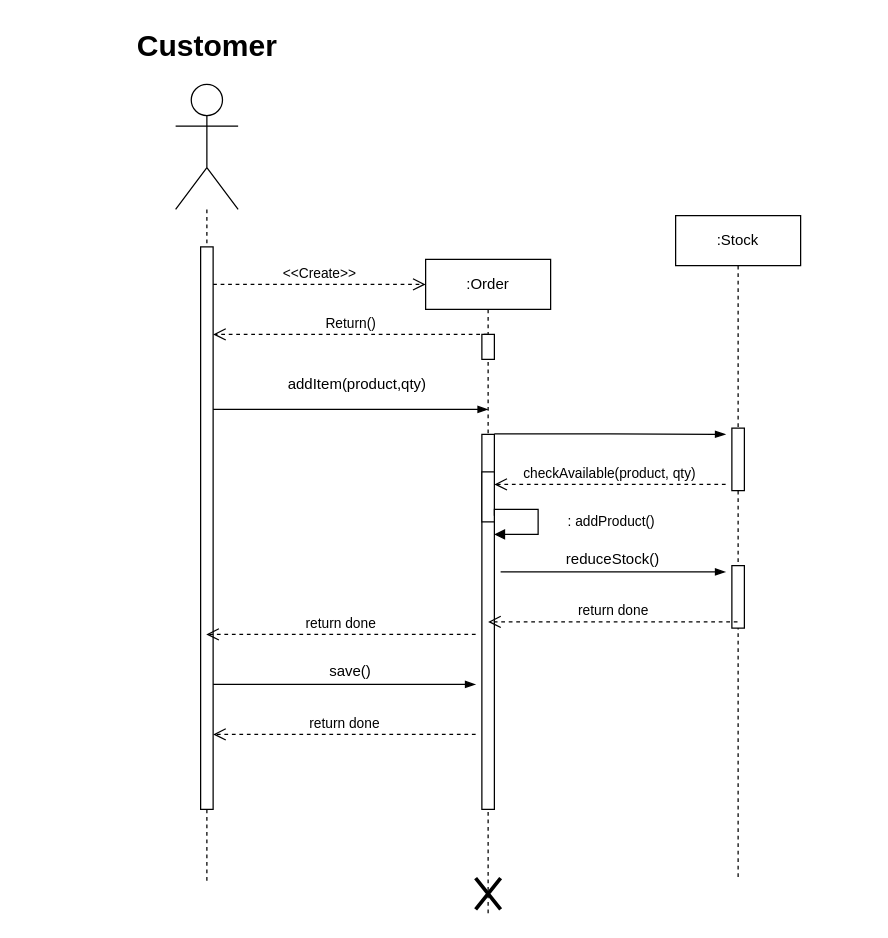
Before: Untitled Diagram.drawio in ahmedlshennawy/optional, a draw.io diagram. Source tidied: cells renumbered, new cells numbered last; positions are measured from the earlier drawing's top-left corner, leaving out a move shared by most shapes. Both pictures are drawn from the tidied source at 125%, with x=0, y=0 at pixel (144, 21).
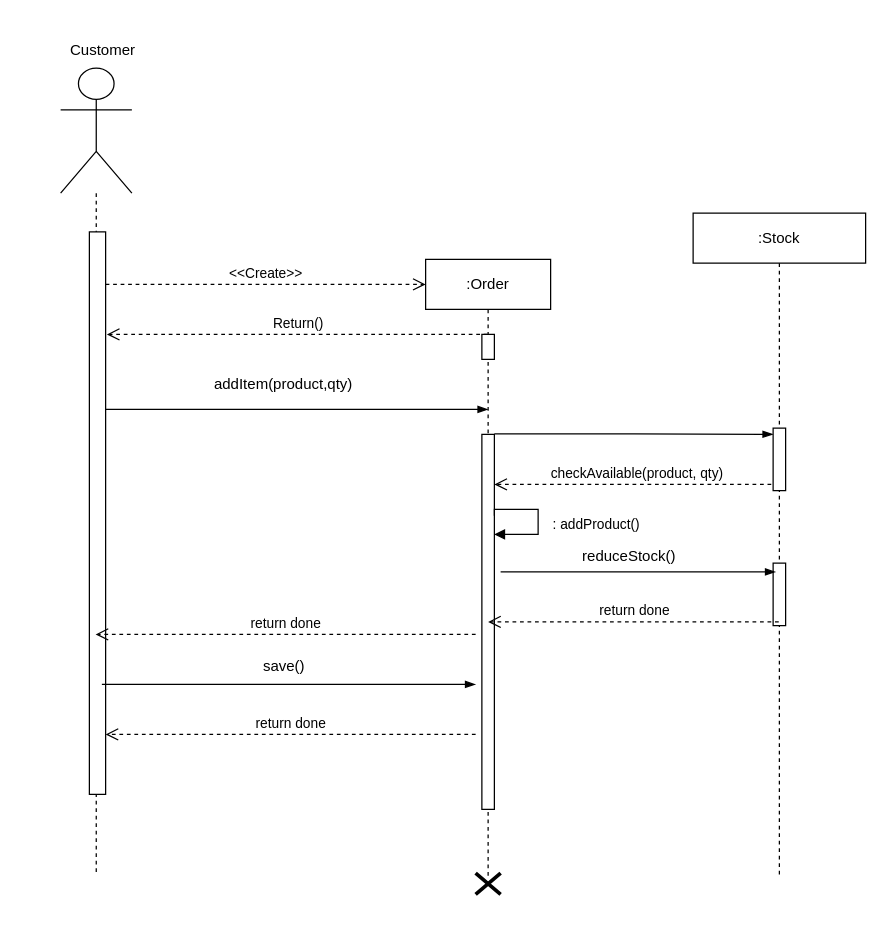
Above is the later version.

Change to the diagram source:
```diff
@@
-    <mxCell id="2" style="shape=umlLifeline;perimeter=lifelinePerimeter;whiteSpace=wrap;html=1;outlineConnect=0;portConstraint=eastwest;newEdgeStyle={&quot;curved&quot;:0,&quot;rounded&quot;:0};participant=umlActor;size=100;" parent="1" vertex="1">
-      <mxGeometry x="25" y="50" width="50" height="640" as="geometry" />
+    <mxCell id="2" style="shape=umlLifeline;perimeter=lifelinePerimeter;whiteSpace=wrap;html=1;outlineConnect=0;portConstraint=eastwest;newEdgeStyle={&quot;curved&quot;:0,&quot;rounded&quot;:0};participant=umlActor;size=100;labelBackgroundColor=none;" parent="1" vertex="1">
+      <mxGeometry x="-67" y="37" width="57" height="646" as="geometry" />
     </mxCell>
-    <mxCell id="3" style="html=1;points=[[0,0,0,0,5],[0,1,0,0,-5],[1,0,0,0,5],[1,1,0,0,-5]];perimeter=orthogonalPerimeter;outlineConnect=0;targetShapes=umlLifeline;portConstraint=eastwest;newEdgeStyle={&quot;curved&quot;:0,&quot;rounded&quot;:0};" parent="2" vertex="1">
-      <mxGeometry x="20" y="130" width="10" height="450" as="geometry" />
+    <mxCell id="3" style="html=1;points=[[0,0,0,0,5],[0,1,0,0,-5],[1,0,0,0,5],[1,1,0,0,-5]];perimeter=orthogonalPerimeter;outlineConnect=0;targetShapes=umlLifeline;portConstraint=eastwest;newEdgeStyle={&quot;curved&quot;:0,&quot;rounded&quot;:0};labelBackgroundColor=none;" parent="2" vertex="1">
+      <mxGeometry x="23" y="131" width="13" height="450" as="geometry" />
     </mxCell>
-    <mxCell id="4" value="&amp;lt;&amp;lt;Create&amp;gt;&amp;gt;" style="html=1;verticalAlign=bottom;endArrow=open;dashed=1;endSize=8;curved=0;rounded=0;" parent="1" edge="1" source="3">
+    <mxCell id="4" value="&amp;lt;&amp;lt;Create&amp;gt;&amp;gt;" style="html=1;verticalAlign=bottom;endArrow=open;dashed=1;endSize=8;curved=0;rounded=0;labelBackgroundColor=none;fontColor=default;" parent="1" edge="1" source="3">
       <mxGeometry relative="1" as="geometry">
         <mxPoint x="225" y="210" as="targetPoint" />
       </mxGeometry>
     </mxCell>
-    <mxCell id="5" value=":Order" style="shape=umlLifeline;perimeter=lifelinePerimeter;whiteSpace=wrap;html=1;outlineConnect=0;portConstraint=eastwest;newEdgeStyle={&quot;curved&quot;:0,&quot;rounded&quot;:0};" parent="1" vertex="1">
-      <mxGeometry x="225" y="190" width="100" height="525" as="geometry" />
+    <mxCell id="5" value=":Order" style="shape=umlLifeline;perimeter=lifelinePerimeter;whiteSpace=wrap;html=1;outlineConnect=0;portConstraint=eastwest;newEdgeStyle={&quot;curved&quot;:0,&quot;rounded&quot;:0};labelBackgroundColor=none;" parent="1" vertex="1">
+      <mxGeometry x="225" y="190" width="100" height="494" as="geometry" />
     </mxCell>
-    <mxCell id="6" style="html=1;points=[[0,0,0,0,5],[0,1,0,0,-5],[1,0,0,0,5],[1,1,0,0,-5]];perimeter=orthogonalPerimeter;outlineConnect=0;targetShapes=umlLifeline;portConstraint=eastwest;newEdgeStyle={&quot;curved&quot;:0,&quot;rounded&quot;:0};" parent="5" vertex="1">
+    <mxCell id="6" style="html=1;points=[[0,0,0,0,5],[0,1,0,0,-5],[1,0,0,0,5],[1,1,0,0,-5]];perimeter=orthogonalPerimeter;outlineConnect=0;targetShapes=umlLifeline;portConstraint=eastwest;newEdgeStyle={&quot;curved&quot;:0,&quot;rounded&quot;:0};labelBackgroundColor=none;" parent="5" vertex="1">
       <mxGeometry x="45" y="140" width="10" height="300" as="geometry" />
     </mxCell>
-    <mxCell id="7" style="shape=umlDestroy;whiteSpace=wrap;html=1;strokeWidth=3;targetShapes=umlLifeline;" parent="5" vertex="1">
-      <mxGeometry x="40" y="495" width="20" height="25" as="geometry" />
-    </mxCell>
-    <mxCell id="8" style="html=1;perimeter=orthogonalPerimeter;targetShapes=umlLifeline;newEdgeStyle={&quot;curved&quot;:0,&quot;rounded&quot;:0};" parent="1" vertex="1">
+    <mxCell id="8" style="html=1;perimeter=orthogonalPerimeter;targetShapes=umlLifeline;newEdgeStyle={&quot;curved&quot;:0,&quot;rounded&quot;:0};labelBackgroundColor=none;" parent="1" vertex="1">
       <mxGeometry x="270" y="250" width="10" height="20" as="geometry" />
     </mxCell>
-    <mxCell id="9" value="Return()" style="html=1;verticalAlign=bottom;endArrow=open;dashed=1;endSize=8;curved=0;rounded=0;" parent="1" edge="1" source="5">
+    <mxCell id="9" value="Return()" style="html=1;verticalAlign=bottom;endArrow=open;dashed=1;endSize=8;curved=0;rounded=0;labelBackgroundColor=none;fontColor=default;" parent="1" edge="1" source="5">
       <mxGeometry relative="1" as="geometry">
-        <mxPoint x="55" y="250" as="targetPoint" />
+        <mxPoint x="-30" y="250" as="targetPoint" />
       </mxGeometry>
     </mxCell>
-    <mxCell id="10" style="edgeStyle=elbowEdgeStyle;fontSize=12;html=1;endArrow=blockThin;endFill=1;rounded=0;" parent="1" edge="1">
+    <mxCell id="10" style="edgeStyle=elbowEdgeStyle;fontSize=12;html=1;endArrow=blockThin;endFill=1;rounded=0;labelBackgroundColor=none;fontColor=default;" parent="1" edge="1">
       <mxGeometry relative="1" as="geometry">
-        <mxPoint x="55" y="310" as="sourcePoint" />
+        <mxPoint x="-31" y="310" as="sourcePoint" />
         <mxPoint x="275" y="310" as="targetPoint" />
       </mxGeometry>
     </mxCell>
-    <mxCell id="11" style="html=1;points=[[0,0,0,0,5],[0,1,0,0,-5],[1,0,0,0,5],[1,1,0,0,-5]];perimeter=orthogonalPerimeter;outlineConnect=0;targetShapes=umlLifeline;portConstraint=eastwest;newEdgeStyle={&quot;curved&quot;:0,&quot;rounded&quot;:0};" parent="1" vertex="1">
-      <mxGeometry x="270" y="360" width="10" height="40" as="geometry" />
-    </mxCell>
-    <mxCell id="12" value="return done" style="html=1;verticalAlign=bottom;endArrow=open;dashed=1;endSize=8;curved=0;rounded=0;" parent="1" edge="1" target="2">
+    <mxCell id="12" value="return done" style="html=1;verticalAlign=bottom;endArrow=open;dashed=1;endSize=8;curved=0;rounded=0;labelBackgroundColor=none;fontColor=default;" parent="1" edge="1" target="2">
       <mxGeometry relative="1" as="geometry">
         <mxPoint x="265" y="490" as="sourcePoint" />
         <Array as="points">
           <mxPoint x="65" y="490" />
         </Array>
       </mxGeometry>
     </mxCell>
-    <mxCell id="13" style="edgeStyle=elbowEdgeStyle;fontSize=12;html=1;endArrow=blockThin;endFill=1;rounded=0;" parent="1" edge="1">
+    <mxCell id="13" style="edgeStyle=elbowEdgeStyle;fontSize=12;html=1;endArrow=blockThin;endFill=1;rounded=0;labelBackgroundColor=none;fontColor=default;" parent="1" edge="1">
       <mxGeometry relative="1" as="geometry">
-        <mxPoint x="55" y="530" as="sourcePoint" />
+        <mxPoint x="-34" y="530" as="sourcePoint" />
         <mxPoint x="265" y="530" as="targetPoint" />
         <Array as="points">
           <mxPoint x="205" y="450" />
         </Array>
       </mxGeometry>
     </mxCell>
-    <mxCell id="14" value="return done" style="html=1;verticalAlign=bottom;endArrow=open;dashed=1;endSize=8;curved=0;rounded=0;" parent="1" edge="1" target="3">
+    <mxCell id="14" value="return done" style="html=1;verticalAlign=bottom;endArrow=open;dashed=1;endSize=8;curved=0;rounded=0;labelBackgroundColor=none;fontColor=default;" parent="1" edge="1" target="3">
       <mxGeometry relative="1" as="geometry">
         <mxPoint x="265" y="570" as="sourcePoint" />
         <Array as="points">
           <mxPoint x="55" y="570" />
         </Array>
       </mxGeometry>
     </mxCell>
-    <mxCell id="15" style="edgeStyle=elbowEdgeStyle;fontSize=12;html=1;endArrow=blockThin;endFill=1;rounded=0;" parent="1" edge="1">
+    <mxCell id="15" style="edgeStyle=elbowEdgeStyle;fontSize=12;html=1;endArrow=blockThin;endFill=1;rounded=0;labelBackgroundColor=none;fontColor=default;entryX=0;entryY=0;entryDx=0;entryDy=5;entryPerimeter=0;" parent="1" edge="1" target="19">
       <mxGeometry relative="1" as="geometry">
         <mxPoint x="280" y="329.5" as="sourcePoint" />
-        <mxPoint x="465" y="330" as="targetPoint" />
       </mxGeometry>
     </mxCell>
-    <mxCell id="16" value="checkAvailable(product, qty)" style="html=1;verticalAlign=bottom;endArrow=open;dashed=1;endSize=8;curved=0;rounded=0;" parent="1" edge="1" target="11">
+    <mxCell id="16" value="checkAvailable(product, qty)" style="html=1;verticalAlign=bottom;endArrow=open;dashed=1;endSize=8;curved=0;rounded=0;labelBackgroundColor=none;fontColor=default;" parent="1" edge="1" source="17">
       <mxGeometry relative="1" as="geometry">
-        <mxPoint x="465" y="370" as="sourcePoint" />
+        <mxPoint x="280" y="370" as="targetPoint" />
       </mxGeometry>
     </mxCell>
-    <mxCell id="17" value=":Stock" style="shape=umlLifeline;perimeter=lifelinePerimeter;whiteSpace=wrap;html=1;outlineConnect=0;portConstraint=eastwest;newEdgeStyle={&quot;curved&quot;:0,&quot;rounded&quot;:0};" parent="1" vertex="1">
-      <mxGeometry x="425" y="155" width="100" height="530" as="geometry" />
+    <mxCell id="17" value=":Stock" style="shape=umlLifeline;perimeter=lifelinePerimeter;whiteSpace=wrap;html=1;outlineConnect=0;portConstraint=eastwest;newEdgeStyle={&quot;curved&quot;:0,&quot;rounded&quot;:0};labelBackgroundColor=none;" parent="1" vertex="1">
+      <mxGeometry x="439" y="153" width="138" height="530" as="geometry" />
     </mxCell>
-    <mxCell id="18" style="html=1;perimeter=orthogonalPerimeter;targetShapes=umlLifeline;newEdgeStyle={&quot;curved&quot;:0,&quot;rounded&quot;:0};" parent="17" vertex="1">
-      <mxGeometry x="45" y="280" width="10" height="50" as="geometry" />
+    <mxCell id="18" style="html=1;perimeter=orthogonalPerimeter;targetShapes=umlLifeline;newEdgeStyle={&quot;curved&quot;:0,&quot;rounded&quot;:0};labelBackgroundColor=none;" parent="17" vertex="1">
+      <mxGeometry x="64" y="280" width="10" height="50" as="geometry" />
     </mxCell>
-    <mxCell id="19" style="html=1;points=[[0,0,0,0,5],[0,1,0,0,-5],[1,0,0,0,5],[1,1,0,0,-5]];perimeter=orthogonalPerimeter;outlineConnect=0;targetShapes=umlLifeline;portConstraint=eastwest;newEdgeStyle={&quot;curved&quot;:0,&quot;rounded&quot;:0};" parent="17" vertex="1">
-      <mxGeometry x="45" y="170" width="10" height="50" as="geometry" />
+    <mxCell id="19" style="html=1;points=[[0,0,0,0,5],[0,1,0,0,-5],[1,0,0,0,5],[1,1,0,0,-5]];perimeter=orthogonalPerimeter;outlineConnect=0;targetShapes=umlLifeline;portConstraint=eastwest;newEdgeStyle={&quot;curved&quot;:0,&quot;rounded&quot;:0};labelBackgroundColor=none;" parent="17" vertex="1">
+      <mxGeometry x="64" y="172" width="10" height="50" as="geometry" />
     </mxCell>
-    <mxCell id="20" value=": addProduct()" style="html=1;align=left;spacingLeft=2;endArrow=block;rounded=0;edgeStyle=orthogonalEdgeStyle;curved=0;rounded=0;exitX=1;exitY=1;exitDx=0;exitDy=-5;exitPerimeter=0;" parent="1" edge="1" source="11" target="6">
-      <mxGeometry x="0.05" y="20" relative="1" as="geometry">
+    <mxCell id="20" value=": addProduct()" style="html=1;align=left;spacingLeft=2;endArrow=block;rounded=0;edgeStyle=orthogonalEdgeStyle;curved=0;rounded=0;exitX=1;exitY=1;exitDx=0;exitDy=-5;exitPerimeter=0;labelBackgroundColor=none;fontColor=default;" parent="1" edge="1" target="6">
+      <mxGeometry x="0.1" y="8" relative="1" as="geometry">
+        <mxPoint x="280" y="395" as="sourcePoint" />
         <Array as="points">
           <mxPoint x="280" y="390" />
           <mxPoint x="315" y="390" />
           <mxPoint x="315" y="410" />
         </Array>
       </mxGeometry>
     </mxCell>
-    <mxCell id="21" value="return done" style="html=1;verticalAlign=bottom;endArrow=open;dashed=1;endSize=8;curved=0;rounded=0;" parent="1" edge="1" source="17">
+    <mxCell id="21" value="return done" style="html=1;verticalAlign=bottom;endArrow=open;dashed=1;endSize=8;curved=0;rounded=0;labelBackgroundColor=none;fontColor=default;" parent="1" edge="1" source="17">
       <mxGeometry relative="1" as="geometry">
         <mxPoint x="275" y="480" as="targetPoint" />
       </mxGeometry>
     </mxCell>
-    <mxCell id="22" style="edgeStyle=elbowEdgeStyle;fontSize=12;html=1;endArrow=blockThin;endFill=1;rounded=0;" parent="1" edge="1">
+    <mxCell id="22" style="edgeStyle=elbowEdgeStyle;fontSize=12;html=1;endArrow=blockThin;endFill=1;rounded=0;labelBackgroundColor=none;fontColor=default;" parent="1" edge="1">
       <mxGeometry relative="1" as="geometry">
         <mxPoint x="285" y="440" as="sourcePoint" />
-        <mxPoint x="465" y="440" as="targetPoint" />
+        <mxPoint x="505" y="440" as="targetPoint" />
       </mxGeometry>
     </mxCell>
-    <mxCell id="23" value="Customer" style="text;strokeColor=none;fillColor=none;html=1;fontSize=24;fontStyle=1;verticalAlign=middle;align=center;" parent="1" vertex="1">
-      <mxGeometry width="100" height="40" as="geometry" />
-    </mxCell>
-    <mxCell id="24" value="addItem(product,qty)" style="text;html=1;strokeColor=none;fillColor=none;align=center;verticalAlign=middle;whiteSpace=wrap;overflow=hidden;" parent="1" vertex="1">
-      <mxGeometry x="106" y="280" width="129" height="20" as="geometry" />
+    <mxCell id="24" value="addItem(product,qty)" style="text;html=1;strokeColor=none;fillColor=none;align=center;verticalAlign=middle;whiteSpace=wrap;overflow=hidden;labelBackgroundColor=none;" parent="1" vertex="1">
+      <mxGeometry x="47" y="280" width="129" height="20" as="geometry" />
     </mxCell>
-    <mxCell id="25" value="reduceStock()" style="text;html=1;strokeColor=none;fillColor=none;align=center;verticalAlign=middle;whiteSpace=wrap;overflow=hidden;" parent="1" vertex="1">
-      <mxGeometry x="335" y="420" width="80" height="20" as="geometry" />
+    <mxCell id="25" value="reduceStock()" style="text;html=1;strokeColor=none;fillColor=none;align=center;verticalAlign=middle;whiteSpace=wrap;overflow=hidden;labelBackgroundColor=none;" parent="1" vertex="1">
+      <mxGeometry x="348" y="418" width="80" height="20" as="geometry" />
     </mxCell>
-    <mxCell id="26" value="save()" style="text;html=1;strokeColor=none;fillColor=none;align=center;verticalAlign=middle;whiteSpace=wrap;overflow=hidden;" parent="1" vertex="1">
-      <mxGeometry x="125" y="510" width="80" height="20" as="geometry" />
+    <mxCell id="26" value="save()" style="text;html=1;strokeColor=none;fillColor=none;align=center;verticalAlign=middle;whiteSpace=wrap;overflow=hidden;labelBackgroundColor=none;" parent="1" vertex="1">
+      <mxGeometry x="71.5" y="506" width="80" height="20" as="geometry" />
     </mxCell>
+    <mxCell id="23" value="&lt;div&gt;Customer&lt;/div&gt;&lt;div&gt;&lt;br&gt;&lt;/div&gt;" style="text;html=1;strokeColor=none;fillColor=none;align=center;verticalAlign=middle;whiteSpace=wrap;overflow=hidden;" parent="1" vertex="1">
+      <mxGeometry x="-98" y="10" width="130" height="40" as="geometry" />
+    </mxCell>
+    <mxCell id="7" style="shape=umlDestroy;whiteSpace=wrap;html=1;strokeWidth=3;targetShapes=umlLifeline;labelBackgroundColor=none;" parent="1" vertex="1">
+      <mxGeometry x="265" y="681" width="20" height="17" as="geometry" />
+    </mxCell>
```
